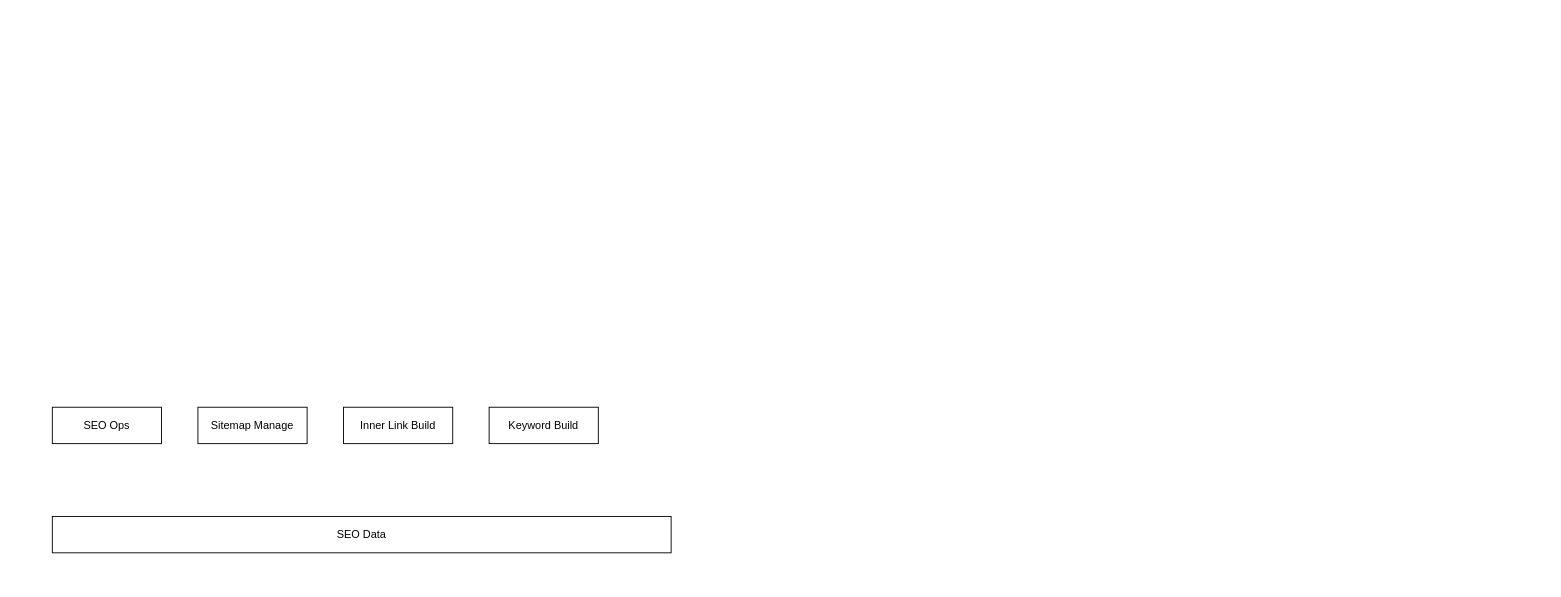
Earlier version of the draw.io diagram drawio/F26_S2_OKR.drawio (VisableHarry/seo-drawio). Source tidied: cells renumbered, new cells numbered last; positions are measured from the earlier drawing's top-left corner, leaving out a move shared by most shapes. Both pictures are drawn from the tidied source at 91%, with x=0, y=0 at pixel (52, 407).
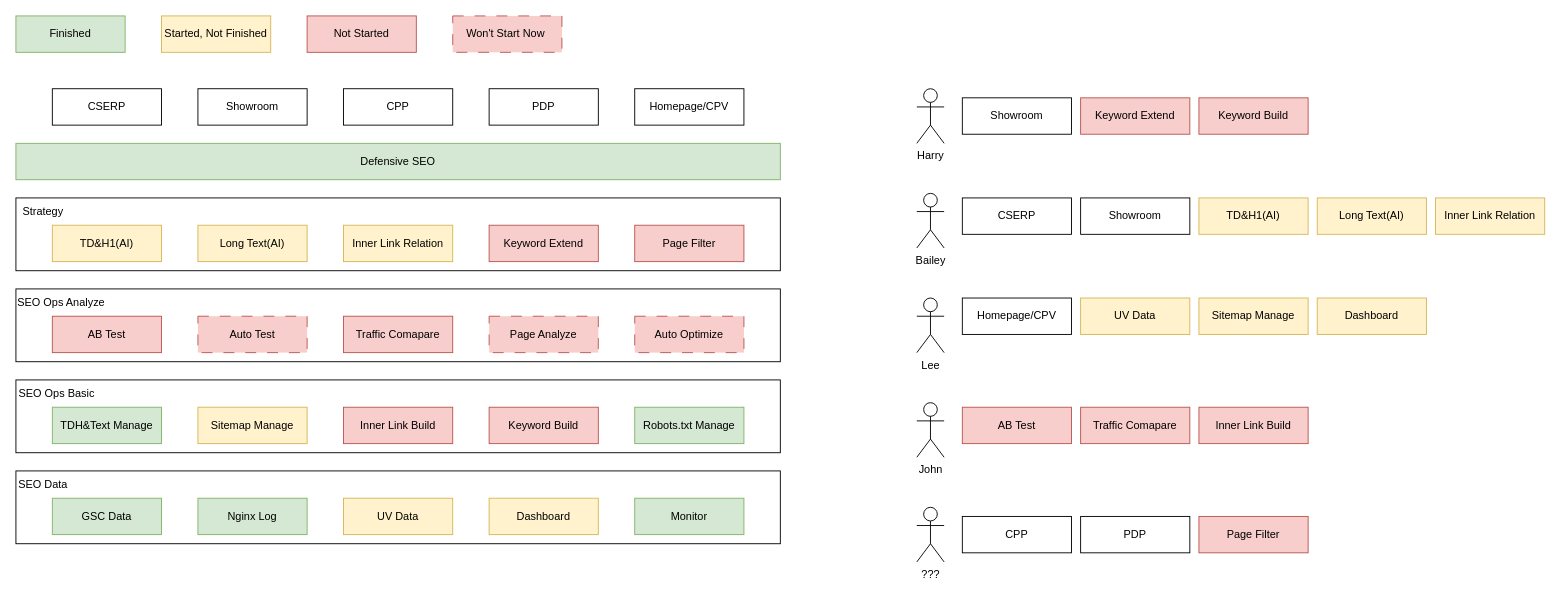
The same page after the edit.

Diff of the diagram source:
```diff
@@
+    <mxCell id="7" style="rounded=0;whiteSpace=wrap;html=1;" parent="1" vertex="1">
+      <mxGeometry x="-40" y="-230" width="840" height="80" as="geometry" />
+    </mxCell>
+    <mxCell id="8" style="rounded=0;whiteSpace=wrap;html=1;" parent="1" vertex="1">
+      <mxGeometry x="-40" y="-130" width="840" height="80" as="geometry" />
+    </mxCell>
+    <mxCell id="9" style="rounded=0;whiteSpace=wrap;html=1;" parent="1" vertex="1">
+      <mxGeometry x="-40" y="-30" width="840" height="80" as="geometry" />
+    </mxCell>
-    <mxCell id="2" value="SEO Data" style="rounded=0;whiteSpace=wrap;html=1;" parent="1" vertex="1">
-      <mxGeometry y="120" width="680" height="40" as="geometry" />
+    <mxCell id="2" style="rounded=0;whiteSpace=wrap;html=1;" parent="1" vertex="1">
+      <mxGeometry x="-40" y="70" width="840" height="80" as="geometry" />
     </mxCell>
-    <mxCell id="3" value="SEO Ops" style="rounded=0;whiteSpace=wrap;html=1;" parent="1" vertex="1">
+    <mxCell id="3" value="TDH&amp;amp;Text Manage" style="rounded=0;whiteSpace=wrap;html=1;fillColor=#d5e8d4;strokeColor=#82b366;" parent="1" vertex="1">
       <mxGeometry width="120" height="40" as="geometry" />
     </mxCell>
-    <mxCell id="4" value="Sitemap Manage" style="rounded=0;whiteSpace=wrap;html=1;" parent="1" vertex="1">
+    <mxCell id="4" value="Sitemap Manage" style="rounded=0;whiteSpace=wrap;html=1;fillColor=#fff2cc;strokeColor=#d6b656;" parent="1" vertex="1">
       <mxGeometry x="160" width="120" height="40" as="geometry" />
     </mxCell>
-    <mxCell id="5" value="Inner Link Build" style="rounded=0;whiteSpace=wrap;html=1;" parent="1" vertex="1">
+    <mxCell id="5" value="Inner Link Build" style="rounded=0;whiteSpace=wrap;html=1;fillColor=#f8cecc;strokeColor=#b85450;" parent="1" vertex="1">
       <mxGeometry x="320" width="120" height="40" as="geometry" />
     </mxCell>
-    <mxCell id="6" value="Keyword Build" style="rounded=0;whiteSpace=wrap;html=1;" parent="1" vertex="1">
+    <mxCell id="6" value="Keyword Build" style="rounded=0;whiteSpace=wrap;html=1;fillColor=#f8cecc;strokeColor=#b85450;" parent="1" vertex="1">
       <mxGeometry x="480" width="120" height="40" as="geometry" />
     </mxCell>
+    <mxCell id="10" value="Robots.txt Manage" style="rounded=0;whiteSpace=wrap;html=1;fillColor=#d5e8d4;strokeColor=#82b366;" parent="1" vertex="1">
+      <mxGeometry x="640" width="120" height="40" as="geometry" />
+    </mxCell>
+    <mxCell id="11" value="SEO Ops Basic" style="text;html=1;align=center;verticalAlign=middle;whiteSpace=wrap;rounded=0;" parent="1" vertex="1">
+      <mxGeometry x="-40" y="-30" width="90" height="30" as="geometry" />
+    </mxCell>
+    <mxCell id="12" value="GSC Data" style="rounded=0;whiteSpace=wrap;html=1;fillColor=#d5e8d4;strokeColor=#82b366;" parent="1" vertex="1">
+      <mxGeometry y="100" width="120" height="40" as="geometry" />
+    </mxCell>
+    <mxCell id="13" value="Nginx Log" style="rounded=0;whiteSpace=wrap;html=1;fillColor=#d5e8d4;strokeColor=#82b366;" parent="1" vertex="1">
+      <mxGeometry x="160" y="100" width="120" height="40" as="geometry" />
+    </mxCell>
+    <mxCell id="14" value="UV Data" style="rounded=0;whiteSpace=wrap;html=1;fillColor=#fff2cc;strokeColor=#d6b656;" parent="1" vertex="1">
+      <mxGeometry x="320" y="100" width="120" height="40" as="geometry" />
+    </mxCell>
+    <mxCell id="15" value="Dashboard" style="rounded=0;whiteSpace=wrap;html=1;fillColor=#fff2cc;strokeColor=#d6b656;" parent="1" vertex="1">
+      <mxGeometry x="480" y="100" width="120" height="40" as="geometry" />
+    </mxCell>
+    <mxCell id="16" value="Monitor" style="rounded=0;whiteSpace=wrap;html=1;fillColor=#d5e8d4;strokeColor=#82b366;" parent="1" vertex="1">
+      <mxGeometry x="640" y="100" width="120" height="40" as="geometry" />
+    </mxCell>
+    <mxCell id="17" value="SEO Data" style="text;html=1;align=center;verticalAlign=middle;whiteSpace=wrap;rounded=0;" parent="1" vertex="1">
+      <mxGeometry x="-40" y="70" width="60" height="30" as="geometry" />
+    </mxCell>
+    <mxCell id="18" value="AB Test" style="rounded=0;whiteSpace=wrap;html=1;fillColor=#f8cecc;strokeColor=#b85450;" parent="1" vertex="1">
+      <mxGeometry y="-100" width="120" height="40" as="geometry" />
+    </mxCell>
+    <mxCell id="19" value="Page Analyze" style="rounded=0;whiteSpace=wrap;html=1;fillColor=#f8cecc;strokeColor=#b85450;dashed=1;dashPattern=12 12;" parent="1" vertex="1">
+      <mxGeometry x="480" y="-100" width="120" height="40" as="geometry" />
+    </mxCell>
+    <mxCell id="20" value="Auto Optimize" style="rounded=0;whiteSpace=wrap;html=1;fillColor=#f8cecc;strokeColor=#b85450;dashed=1;dashPattern=12 12;" parent="1" vertex="1">
+      <mxGeometry x="640" y="-100" width="120" height="40" as="geometry" />
+    </mxCell>
+    <mxCell id="21" value="Auto Test" style="rounded=0;whiteSpace=wrap;html=1;fillColor=#f8cecc;strokeColor=#b85450;dashed=1;dashPattern=12 12;" parent="1" vertex="1">
+      <mxGeometry x="160" y="-100" width="120" height="40" as="geometry" />
+    </mxCell>
+    <mxCell id="22" value="SEO Ops Analyze" style="text;html=1;align=center;verticalAlign=middle;whiteSpace=wrap;rounded=0;" parent="1" vertex="1">
+      <mxGeometry x="-40" y="-130" width="100" height="30" as="geometry" />
+    </mxCell>
+    <mxCell id="23" value="Showroom" style="rounded=0;whiteSpace=wrap;html=1;" parent="1" vertex="1">
+      <mxGeometry x="160" y="-350" width="120" height="40" as="geometry" />
+    </mxCell>
+    <mxCell id="24" value="CSERP" style="rounded=0;whiteSpace=wrap;html=1;" parent="1" vertex="1">
+      <mxGeometry y="-350" width="120" height="40" as="geometry" />
+    </mxCell>
+    <mxCell id="25" value="CPP" style="rounded=0;whiteSpace=wrap;html=1;" parent="1" vertex="1">
+      <mxGeometry x="320" y="-350" width="120" height="40" as="geometry" />
+    </mxCell>
+    <mxCell id="26" value="PDP" style="rounded=0;whiteSpace=wrap;html=1;" parent="1" vertex="1">
+      <mxGeometry x="480" y="-350" width="120" height="40" as="geometry" />
+    </mxCell>
+    <mxCell id="27" value="Homepage/CPV" style="rounded=0;whiteSpace=wrap;html=1;" parent="1" vertex="1">
+      <mxGeometry x="640" y="-350" width="120" height="40" as="geometry" />
+    </mxCell>
+    <mxCell id="28" value="TD&amp;amp;H1(AI)" style="rounded=0;whiteSpace=wrap;html=1;fillColor=#fff2cc;strokeColor=#d6b656;" parent="1" vertex="1">
+      <mxGeometry y="-200" width="120" height="40" as="geometry" />
+    </mxCell>
+    <mxCell id="29" value="Long Text(AI)" style="rounded=0;whiteSpace=wrap;html=1;fillColor=#fff2cc;strokeColor=#d6b656;" parent="1" vertex="1">
+      <mxGeometry x="160" y="-200" width="120" height="40" as="geometry" />
+    </mxCell>
+    <mxCell id="30" value="Inner Link Relation" style="rounded=0;whiteSpace=wrap;html=1;fillColor=#fff2cc;strokeColor=#d6b656;" parent="1" vertex="1">
+      <mxGeometry x="320" y="-200" width="120" height="40" as="geometry" />
+    </mxCell>
+    <mxCell id="31" value="Keyword Extend" style="rounded=0;whiteSpace=wrap;html=1;fillColor=#f8cecc;strokeColor=#b85450;" parent="1" vertex="1">
+      <mxGeometry x="480" y="-200" width="120" height="40" as="geometry" />
+    </mxCell>
+    <mxCell id="32" value="Traffic Comapare" style="rounded=0;whiteSpace=wrap;html=1;fillColor=#f8cecc;strokeColor=#b85450;" parent="1" vertex="1">
+      <mxGeometry x="320" y="-100" width="120" height="40" as="geometry" />
+    </mxCell>
+    <mxCell id="33" value="Page Filter" style="rounded=0;whiteSpace=wrap;html=1;fillColor=#f8cecc;strokeColor=#b85450;" parent="1" vertex="1">
+      <mxGeometry x="640" y="-200" width="120" height="40" as="geometry" />
+    </mxCell>
+    <mxCell id="34" value="Strategy" style="text;html=1;align=center;verticalAlign=middle;whiteSpace=wrap;rounded=0;" parent="1" vertex="1">
+      <mxGeometry x="-40" y="-230" width="60" height="30" as="geometry" />
+    </mxCell>
+    <mxCell id="35" value="Started, Not Finished" style="rounded=0;whiteSpace=wrap;html=1;fillColor=#fff2cc;strokeColor=#d6b656;" parent="1" vertex="1">
+      <mxGeometry x="120" y="-430" width="120" height="40" as="geometry" />
+    </mxCell>
+    <mxCell id="36" value="Not Started" style="rounded=0;whiteSpace=wrap;html=1;fillColor=#f8cecc;strokeColor=#b85450;" parent="1" vertex="1">
+      <mxGeometry x="280" y="-430" width="120" height="40" as="geometry" />
+    </mxCell>
+    <mxCell id="37" value="Finished" style="rounded=0;whiteSpace=wrap;html=1;fillColor=#d5e8d4;strokeColor=#82b366;" parent="1" vertex="1">
+      <mxGeometry x="-40" y="-430" width="120" height="40" as="geometry" />
+    </mxCell>
+    <mxCell id="38" value="Won't Start Now&amp;nbsp;" style="rounded=0;whiteSpace=wrap;html=1;fillColor=#f8cecc;strokeColor=#b85450;dashed=1;dashPattern=12 12;" parent="1" vertex="1">
+      <mxGeometry x="440" y="-430" width="120" height="40" as="geometry" />
+    </mxCell>
+    <mxCell id="39" value="Defensive SEO" style="rounded=0;whiteSpace=wrap;html=1;fillColor=#d5e8d4;strokeColor=#82b366;" parent="1" vertex="1">
+      <mxGeometry x="-40" y="-290" width="840" height="40" as="geometry" />
+    </mxCell>
+    <mxCell id="40" value="Bailey" style="shape=umlActor;verticalLabelPosition=bottom;verticalAlign=top;html=1;" parent="1" vertex="1">
+      <mxGeometry x="950" y="-235" width="30" height="60" as="geometry" />
+    </mxCell>
+    <mxCell id="41" value="Lee" style="shape=umlActor;verticalLabelPosition=bottom;verticalAlign=top;html=1;" parent="1" vertex="1">
+      <mxGeometry x="950" y="-120" width="30" height="60" as="geometry" />
+    </mxCell>
+    <mxCell id="42" value="John" style="shape=umlActor;verticalLabelPosition=bottom;verticalAlign=top;html=1;" parent="1" vertex="1">
+      <mxGeometry x="950" y="-5" width="30" height="60" as="geometry" />
+    </mxCell>
+    <mxCell id="43" value="Harry" style="shape=umlActor;verticalLabelPosition=bottom;verticalAlign=top;html=1;" parent="1" vertex="1">
+      <mxGeometry x="950" y="-350" width="30" height="60" as="geometry" />
+    </mxCell>
+    <mxCell id="44" value="???" style="shape=umlActor;verticalLabelPosition=bottom;verticalAlign=top;html=1;" parent="1" vertex="1">
+      <mxGeometry x="950" y="110" width="30" height="60" as="geometry" />
+    </mxCell>
+    <mxCell id="45" value="Showroom" style="rounded=0;whiteSpace=wrap;html=1;" parent="1" vertex="1">
+      <mxGeometry x="1000" y="-340" width="120" height="40" as="geometry" />
+    </mxCell>
+    <mxCell id="46" value="Keyword Extend" style="rounded=0;whiteSpace=wrap;html=1;fillColor=#f8cecc;strokeColor=#b85450;" parent="1" vertex="1">
+      <mxGeometry x="1130" y="-340" width="120" height="40" as="geometry" />
+    </mxCell>
+    <mxCell id="47" value="Keyword Build" style="rounded=0;whiteSpace=wrap;html=1;fillColor=#f8cecc;strokeColor=#b85450;" parent="1" vertex="1">
+      <mxGeometry x="1260" y="-340" width="120" height="40" as="geometry" />
+    </mxCell>
+    <mxCell id="48" value="CSERP" style="rounded=0;whiteSpace=wrap;html=1;" parent="1" vertex="1">
+      <mxGeometry x="1000" y="-230" width="120" height="40" as="geometry" />
+    </mxCell>
+    <mxCell id="49" value="Showroom" style="rounded=0;whiteSpace=wrap;html=1;" parent="1" vertex="1">
+      <mxGeometry x="1130" y="-230" width="120" height="40" as="geometry" />
+    </mxCell>
+    <mxCell id="50" value="TD&amp;amp;H1(AI)" style="rounded=0;whiteSpace=wrap;html=1;fillColor=#fff2cc;strokeColor=#d6b656;" parent="1" vertex="1">
+      <mxGeometry x="1260" y="-230" width="120" height="40" as="geometry" />
+    </mxCell>
+    <mxCell id="51" value="Long Text(AI)" style="rounded=0;whiteSpace=wrap;html=1;fillColor=#fff2cc;strokeColor=#d6b656;" parent="1" vertex="1">
+      <mxGeometry x="1390" y="-230" width="120" height="40" as="geometry" />
+    </mxCell>
+    <mxCell id="52" value="Inner Link Relation" style="rounded=0;whiteSpace=wrap;html=1;fillColor=#fff2cc;strokeColor=#d6b656;" parent="1" vertex="1">
+      <mxGeometry x="1520" y="-230" width="120" height="40" as="geometry" />
+    </mxCell>
+    <mxCell id="53" value="UV Data" style="rounded=0;whiteSpace=wrap;html=1;fillColor=#fff2cc;strokeColor=#d6b656;" parent="1" vertex="1">
+      <mxGeometry x="1130" y="-120" width="120" height="40" as="geometry" />
+    </mxCell>
+    <mxCell id="54" value="Sitemap Manage" style="rounded=0;whiteSpace=wrap;html=1;fillColor=#fff2cc;strokeColor=#d6b656;" parent="1" vertex="1">
+      <mxGeometry x="1260" y="-120" width="120" height="40" as="geometry" />
+    </mxCell>
+    <mxCell id="55" value="Inner Link Build" style="rounded=0;whiteSpace=wrap;html=1;fillColor=#f8cecc;strokeColor=#b85450;" parent="1" vertex="1">
+      <mxGeometry x="1260" width="120" height="40" as="geometry" />
+    </mxCell>
+    <mxCell id="56" value="Dashboard" style="rounded=0;whiteSpace=wrap;html=1;fillColor=#fff2cc;strokeColor=#d6b656;" parent="1" vertex="1">
+      <mxGeometry x="1390" y="-120" width="120" height="40" as="geometry" />
+    </mxCell>
+    <mxCell id="57" value="AB Test" style="rounded=0;whiteSpace=wrap;html=1;fillColor=#f8cecc;strokeColor=#b85450;" parent="1" vertex="1">
+      <mxGeometry x="1000" width="120" height="40" as="geometry" />
+    </mxCell>
+    <mxCell id="58" value="Traffic Comapare" style="rounded=0;whiteSpace=wrap;html=1;fillColor=#f8cecc;strokeColor=#b85450;" parent="1" vertex="1">
+      <mxGeometry x="1130" width="120" height="40" as="geometry" />
+    </mxCell>
+    <mxCell id="59" value="CPP" style="rounded=0;whiteSpace=wrap;html=1;" parent="1" vertex="1">
+      <mxGeometry x="1000" y="120" width="120" height="40" as="geometry" />
+    </mxCell>
+    <mxCell id="60" value="PDP" style="rounded=0;whiteSpace=wrap;html=1;" parent="1" vertex="1">
+      <mxGeometry x="1130" y="120" width="120" height="40" as="geometry" />
+    </mxCell>
+    <mxCell id="61" value="Page Filter" style="rounded=0;whiteSpace=wrap;html=1;fillColor=#f8cecc;strokeColor=#b85450;" parent="1" vertex="1">
+      <mxGeometry x="1260" y="120" width="120" height="40" as="geometry" />
+    </mxCell>
+    <mxCell id="62" value="Homepage/CPV" style="rounded=0;whiteSpace=wrap;html=1;" parent="1" vertex="1">
+      <mxGeometry x="1000" y="-120" width="120" height="40" as="geometry" />
+    </mxCell>
```
